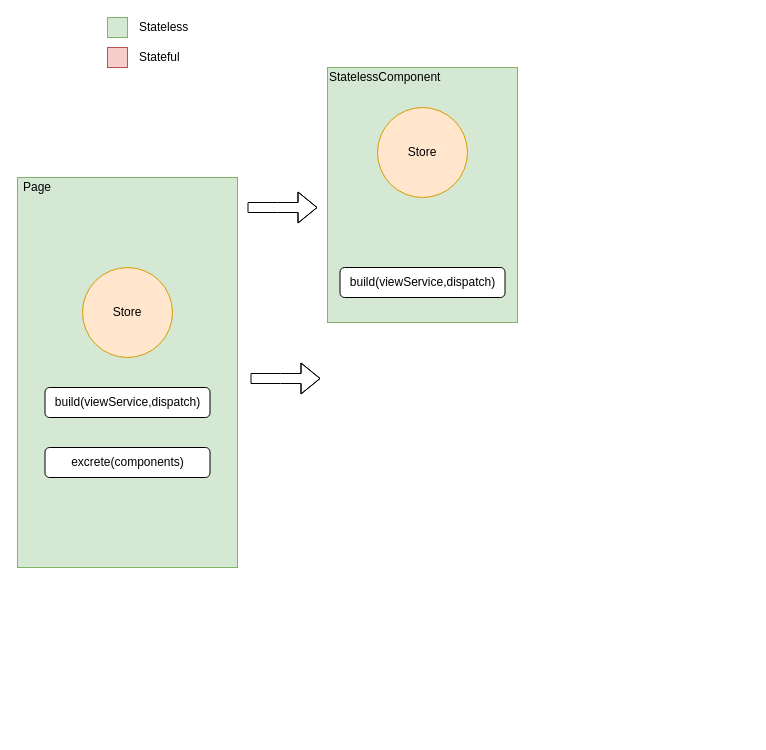
Earlier version of the draw.io diagram page "第 1 页" (1 of 2) of 组件中的状态流转.drawio (mjjde/iodraw). Source tidied: cells renumbered, new cells numbered last; positions are measured from the earlier drawing's top-left corner, leaving out a move shared by most shapes. Both pictures are drawn from the tidied source at 100%, with x=0, y=0 at pixel (17, 17).
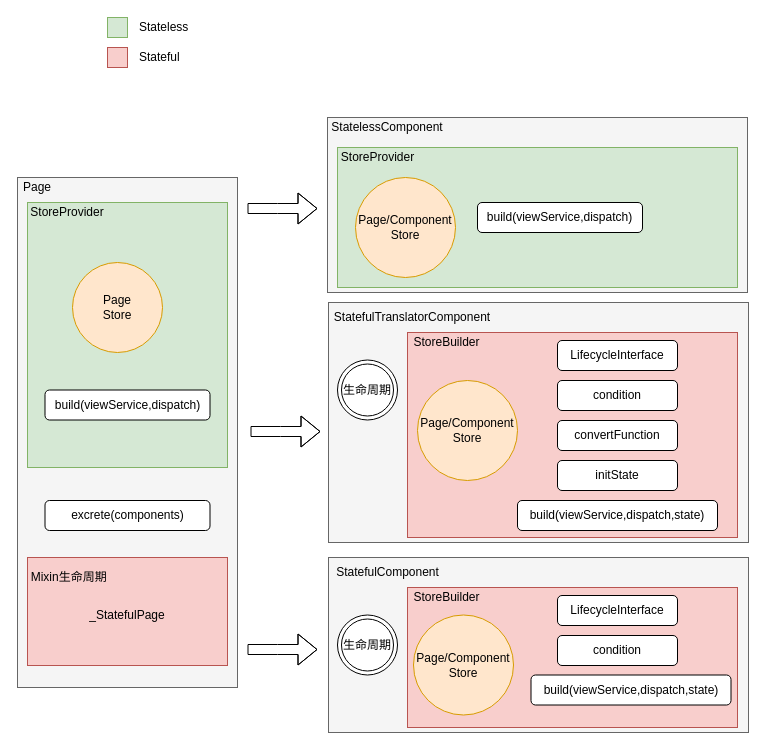
Above is the later version.

Commit message:
更新组件中的状态流转.drawio

Diff of the diagram source:
```diff
@@
-    <mxCell id="2" style="rounded=0;whiteSpace=wrap;html=1;fillColor=#d5e8d4;strokeColor=#82b366;" parent="1" vertex="1">
-      <mxGeometry y="160" width="220" height="390" as="geometry" />
+    <mxCell id="2" style="rounded=0;whiteSpace=wrap;html=1;fillColor=#f5f5f5;strokeColor=#666666;fontColor=#333333;" parent="1" vertex="1">
+      <mxGeometry y="160" width="220" height="510" as="geometry" />
     </mxCell>
+    <mxCell id="17" style="rounded=0;whiteSpace=wrap;html=1;align=center;fillColor=#d5e8d4;strokeColor=#82b366;" parent="1" vertex="1">
+      <mxGeometry x="10" y="185" width="200" height="265" as="geometry" />
+    </mxCell>
+    <mxCell id="12" style="rounded=0;whiteSpace=wrap;html=1;align=left;fillColor=#f5f5f5;strokeColor=#666666;fontColor=#333333;" parent="1" vertex="1">
+      <mxGeometry x="310" y="100" width="420" height="175" as="geometry" />
+    </mxCell>
+    <mxCell id="18" style="rounded=0;whiteSpace=wrap;html=1;align=left;fillColor=#d5e8d4;strokeColor=#82b366;" parent="1" vertex="1">
+      <mxGeometry x="320" y="130" width="400" height="140" as="geometry" />
+    </mxCell>
@@
-    <mxCell id="4" value="Store" style="ellipse;whiteSpace=wrap;html=1;fillColor=#ffe6cc;strokeColor=#d79b00;" parent="1" vertex="1">
-      <mxGeometry x="65" y="250" width="90" height="90" as="geometry" />
+    <mxCell id="4" value="Page&lt;br&gt;Store" style="ellipse;whiteSpace=wrap;html=1;fillColor=#ffe6cc;strokeColor=#d79b00;" parent="1" vertex="1">
+      <mxGeometry x="55" y="245" width="90" height="90" as="geometry" />
     </mxCell>
@@
     <mxCell id="9" value="build(viewService,dispatch)" style="rounded=1;whiteSpace=wrap;html=1;align=center;" parent="1" vertex="1">
-      <mxGeometry x="27.5" y="370" width="165" height="30" as="geometry" />
+      <mxGeometry x="27.5" y="372.5" width="165" height="30" as="geometry" />
     </mxCell>
     <mxCell id="10" style="shape=flexArrow;endArrow=classic;html=1;" parent="1" edge="1">
       <mxGeometry relative="1" as="geometry">
-        <mxPoint x="230" y="190" as="sourcePoint" />
-        <mxPoint x="300" y="190" as="targetPoint" />
+        <mxPoint x="230" y="191" as="sourcePoint" />
+        <mxPoint x="300" y="191" as="targetPoint" />
         <Array as="points">
-          <mxPoint x="260" y="190" />
+          <mxPoint x="260" y="191" />
         </Array>
       </mxGeometry>
     </mxCell>
     <mxCell id="11" style="shape=flexArrow;endArrow=classic;html=1;" parent="1" edge="1">
       <mxGeometry relative="1" as="geometry">
-        <mxPoint x="233" y="361" as="sourcePoint" />
-        <mxPoint x="303" y="361" as="targetPoint" />
+        <mxPoint x="233" y="414" as="sourcePoint" />
+        <mxPoint x="303" y="414" as="targetPoint" />
         <Array as="points">
-          <mxPoint x="263" y="361" />
+          <mxPoint x="263" y="414" />
         </Array>
       </mxGeometry>
     </mxCell>
-    <mxCell id="12" style="rounded=0;whiteSpace=wrap;html=1;align=left;fillColor=#d5e8d4;strokeColor=#82b366;" parent="1" vertex="1">
-      <mxGeometry x="310" y="50" width="190" height="255" as="geometry" />
-    </mxCell>
-    <mxCell id="13" value="StatelessComponent" style="text;html=1;strokeColor=none;fillColor=none;align=left;verticalAlign=middle;whiteSpace=wrap;rounded=0;" parent="1" vertex="1">
-      <mxGeometry x="310" y="50" width="110" height="20" as="geometry" />
+    <mxCell id="13" value="StatelessComponent" style="text;html=1;strokeColor=none;fillColor=none;align=center;verticalAlign=middle;whiteSpace=wrap;rounded=0;" parent="1" vertex="1">
+      <mxGeometry x="310" y="100" width="120" height="20" as="geometry" />
     </mxCell>
-    <mxCell id="14" value="Store" style="ellipse;whiteSpace=wrap;html=1;fillColor=#ffe6cc;strokeColor=#d79b00;" parent="1" vertex="1">
-      <mxGeometry x="360" y="90" width="90" height="90" as="geometry" />
+    <mxCell id="14" value="Page/Component&lt;br&gt;Store" style="ellipse;whiteSpace=wrap;html=1;fillColor=#ffe6cc;strokeColor=#d79b00;" parent="1" vertex="1">
+      <mxGeometry x="338" y="160" width="100" height="100" as="geometry" />
     </mxCell>
     <mxCell id="15" value="excrete(components)" style="rounded=1;whiteSpace=wrap;html=1;align=center;" parent="1" vertex="1">
-      <mxGeometry x="27.5" y="430" width="165" height="30" as="geometry" />
+      <mxGeometry x="27.5" y="483" width="165" height="30" as="geometry" />
     </mxCell>
     <mxCell id="16" value="build(viewService,dispatch)" style="rounded=1;whiteSpace=wrap;html=1;align=center;" parent="1" vertex="1">
-      <mxGeometry x="322.5" y="250" width="165" height="30" as="geometry" />
+      <mxGeometry x="460" y="185" width="165" height="30" as="geometry" />
     </mxCell>
+    <mxCell id="19" style="html=1;dashed=0;whitespace=wrap;align=left;fillColor=#f8cecc;strokeColor=#b85450;" parent="1" vertex="1">
+      <mxGeometry x="10" y="540" width="200" height="108" as="geometry" />
+    </mxCell>
+    <mxCell id="20" value="Mixin生命周期&amp;nbsp;&amp;nbsp;" style="text;html=1;strokeColor=none;fillColor=none;align=center;verticalAlign=middle;whiteSpace=wrap;rounded=0;" parent="1" vertex="1">
+      <mxGeometry x="10" y="550" width="90" height="20" as="geometry" />
+    </mxCell>
+    <mxCell id="21" value="_StatefulPage" style="text;html=1;strokeColor=none;fillColor=none;align=center;verticalAlign=middle;whiteSpace=wrap;rounded=0;" parent="1" vertex="1">
+      <mxGeometry x="90" y="588" width="40" height="20" as="geometry" />
+    </mxCell>
+    <mxCell id="22" style="rounded=0;whiteSpace=wrap;html=1;align=left;fillColor=#f5f5f5;strokeColor=#666666;fontColor=#333333;" parent="1" vertex="1">
+      <mxGeometry x="311" y="285" width="420" height="240" as="geometry" />
+    </mxCell>
+    <mxCell id="23" value="StatefulTranslatorComponent" style="text;html=1;strokeColor=none;fillColor=none;align=center;verticalAlign=middle;whiteSpace=wrap;rounded=0;" parent="1" vertex="1">
+      <mxGeometry x="320" y="290" width="150" height="20" as="geometry" />
+    </mxCell>
+    <mxCell id="24" value="StoreProvider" style="text;html=1;strokeColor=none;fillColor=none;align=center;verticalAlign=middle;whiteSpace=wrap;rounded=0;" parent="1" vertex="1">
+      <mxGeometry x="322" y="130" width="77" height="20" as="geometry" />
+    </mxCell>
+    <mxCell id="25" style="rounded=0;whiteSpace=wrap;html=1;align=left;fillColor=#f8cecc;strokeColor=#b85450;" parent="1" vertex="1">
+      <mxGeometry x="390" y="315" width="330" height="205" as="geometry" />
+    </mxCell>
+    <mxCell id="26" value="StoreBuilder" style="text;html=1;strokeColor=none;fillColor=none;align=center;verticalAlign=middle;whiteSpace=wrap;rounded=0;" parent="1" vertex="1">
+      <mxGeometry x="399" y="315" width="61" height="20" as="geometry" />
+    </mxCell>
+    <mxCell id="27" value="LifecycleInterface" style="rounded=1;whiteSpace=wrap;html=1;align=center;" parent="1" vertex="1">
+      <mxGeometry x="540" y="323" width="120" height="30" as="geometry" />
+    </mxCell>
+    <mxCell id="28" value="Page/Component&lt;br&gt;Store" style="ellipse;whiteSpace=wrap;html=1;fillColor=#ffe6cc;strokeColor=#d79b00;" parent="1" vertex="1">
+      <mxGeometry x="400" y="363" width="100" height="100" as="geometry" />
+    </mxCell>
+    <mxCell id="29" value="生命周期" style="ellipse;shape=doubleEllipse;html=1;dashed=0;whitespace=wrap;align=left;" parent="1" vertex="1">
+      <mxGeometry x="320" y="342.5" width="60" height="60" as="geometry" />
+    </mxCell>
+    <mxCell id="30" value="condition" style="rounded=1;whiteSpace=wrap;html=1;align=center;" parent="1" vertex="1">
+      <mxGeometry x="540" y="363" width="120" height="30" as="geometry" />
+    </mxCell>
+    <mxCell id="31" value="convertFunction" style="rounded=1;whiteSpace=wrap;html=1;align=center;" parent="1" vertex="1">
+      <mxGeometry x="540" y="403" width="120" height="30" as="geometry" />
+    </mxCell>
+    <mxCell id="32" value="initState" style="rounded=1;whiteSpace=wrap;html=1;align=center;" parent="1" vertex="1">
+      <mxGeometry x="540" y="443" width="120" height="30" as="geometry" />
+    </mxCell>
+    <mxCell id="33" value="build(viewService,dispatch,state)" style="rounded=1;whiteSpace=wrap;html=1;align=center;" parent="1" vertex="1">
+      <mxGeometry x="500" y="483" width="200" height="30" as="geometry" />
+    </mxCell>
+    <mxCell id="34" value="StoreProvider" style="text;html=1;strokeColor=none;fillColor=none;align=center;verticalAlign=middle;whiteSpace=wrap;rounded=0;" parent="1" vertex="1">
+      <mxGeometry x="20" y="185" width="60" height="20" as="geometry" />
+    </mxCell>
+    <mxCell id="35" style="rounded=0;whiteSpace=wrap;html=1;align=left;fillColor=#f5f5f5;strokeColor=#666666;fontColor=#333333;" parent="1" vertex="1">
+      <mxGeometry x="311" y="540" width="420" height="175" as="geometry" />
+    </mxCell>
+    <mxCell id="36" value="StatefulComponent" style="text;html=1;strokeColor=none;fillColor=none;align=center;verticalAlign=middle;whiteSpace=wrap;rounded=0;" parent="1" vertex="1">
+      <mxGeometry x="320" y="545" width="101" height="20" as="geometry" />
+    </mxCell>
+    <mxCell id="37" style="rounded=0;whiteSpace=wrap;html=1;align=left;fillColor=#f8cecc;strokeColor=#b85450;" parent="1" vertex="1">
+      <mxGeometry x="390" y="570" width="330" height="140" as="geometry" />
+    </mxCell>
+    <mxCell id="38" value="StoreBuilder" style="text;html=1;strokeColor=none;fillColor=none;align=center;verticalAlign=middle;whiteSpace=wrap;rounded=0;" parent="1" vertex="1">
+      <mxGeometry x="399" y="570" width="61" height="20" as="geometry" />
+    </mxCell>
+    <mxCell id="39" value="LifecycleInterface" style="rounded=1;whiteSpace=wrap;html=1;align=center;" parent="1" vertex="1">
+      <mxGeometry x="540" y="578" width="120" height="30" as="geometry" />
+    </mxCell>
+    <mxCell id="40" value="Page/Component&lt;br&gt;Store" style="ellipse;whiteSpace=wrap;html=1;fillColor=#ffe6cc;strokeColor=#d79b00;" parent="1" vertex="1">
+      <mxGeometry x="396" y="597.5" width="100" height="100" as="geometry" />
+    </mxCell>
+    <mxCell id="41" value="生命周期" style="ellipse;shape=doubleEllipse;html=1;dashed=0;whitespace=wrap;align=left;" parent="1" vertex="1">
+      <mxGeometry x="320" y="597.5" width="60" height="60" as="geometry" />
+    </mxCell>
+    <mxCell id="42" value="condition" style="rounded=1;whiteSpace=wrap;html=1;align=center;" parent="1" vertex="1">
+      <mxGeometry x="540" y="618" width="120" height="30" as="geometry" />
+    </mxCell>
+    <mxCell id="43" value="build(viewService,dispatch,state)" style="rounded=1;whiteSpace=wrap;html=1;align=center;" parent="1" vertex="1">
+      <mxGeometry x="513.5" y="657.5" width="200" height="30" as="geometry" />
+    </mxCell>
+    <mxCell id="44" style="shape=flexArrow;endArrow=classic;html=1;" parent="1" edge="1">
+      <mxGeometry relative="1" as="geometry">
+        <mxPoint x="230" y="632" as="sourcePoint" />
+        <mxPoint x="300" y="632" as="targetPoint" />
+        <Array as="points">
+          <mxPoint x="260" y="632" />
+        </Array>
+      </mxGeometry>
+    </mxCell>
```
